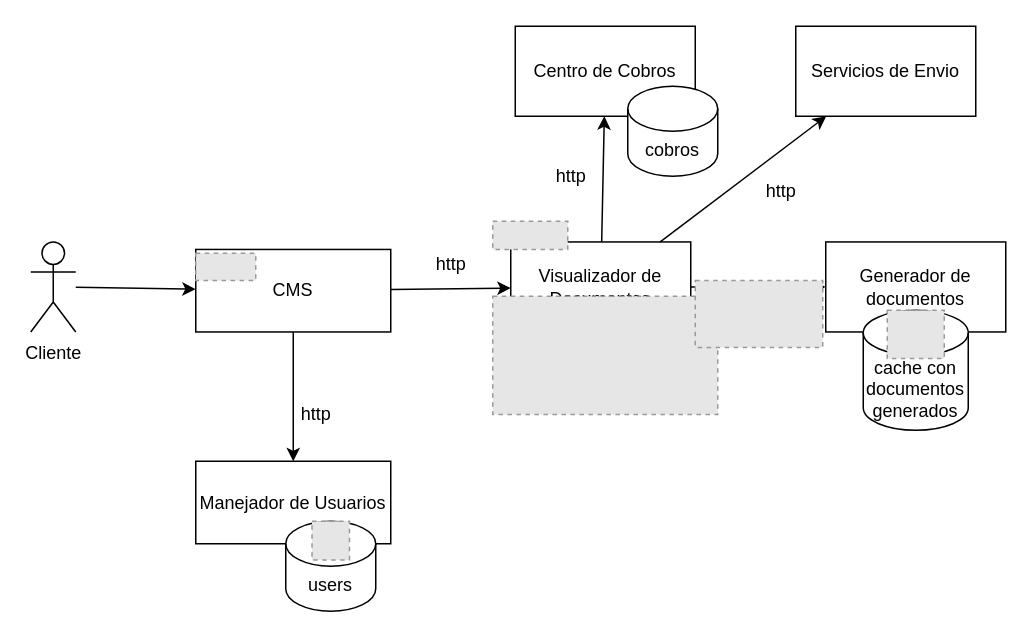
This is page "Tienda" (2 of 7) of version final.drawio from segurajhona/arqui-katas, a draw.io file, before an edit. Source tidied: cells renumbered, new cells numbered last; positions are measured from the earlier drawing's top-left corner, leaving out a move shared by most shapes. Both pictures are drawn from the tidied source at 150%, with x=0, y=0 at pixel (30, 26). Pictures stored in the file or linked from it are replaced by grey dashed boxes.
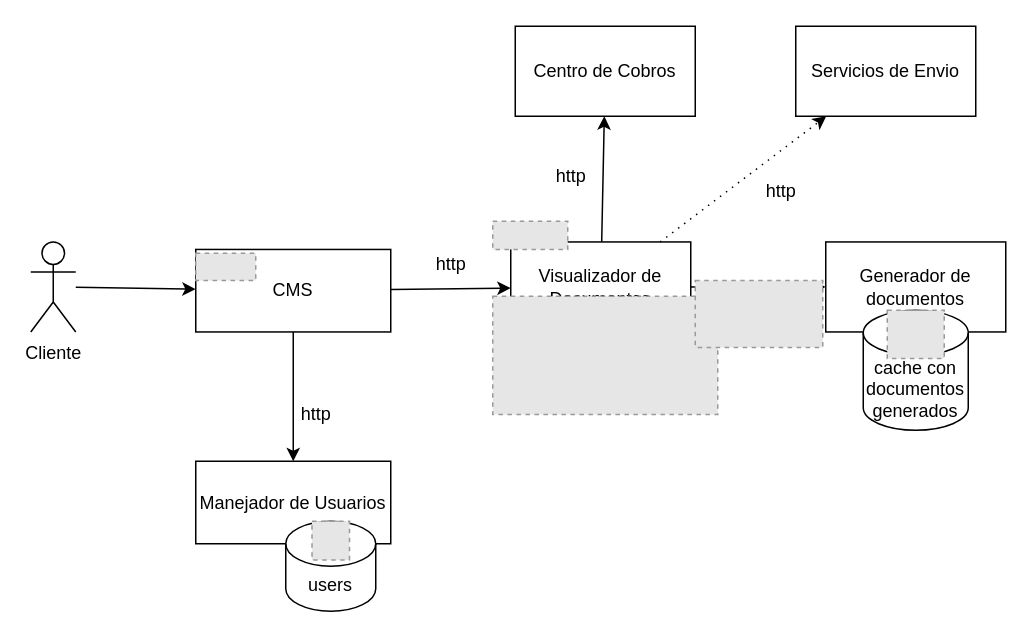
The same diagram, later.

The change refers to these unchanged cells:
```xml
<mxCell id="6" value="Visualizador de Documentos" style="rounded=0;whiteSpace=wrap;html=1;" parent="1" vertex="1">
  <mxGeometry x="320" y="143.8" width="120" height="60" as="geometry" />
</mxCell>
<mxCell id="17" value="Servicios de Envio" style="rounded=0;whiteSpace=wrap;html=1;" parent="1" vertex="1">
  <mxGeometry x="510" width="120" height="60" as="geometry" />
</mxCell>
```

The edit, as a diff of the source:
```diff
@@
-    <mxCell id="11" value="cobros" style="shape=cylinder3;whiteSpace=wrap;html=1;boundedLbl=1;backgroundOutline=1;size=15;" parent="1" vertex="1">
-      <mxGeometry x="398" y="40" width="60" height="60" as="geometry" />
-    </mxCell>
@@
-    <mxCell id="16" style="edgeStyle=none;html=1;" parent="1" edge="1" source="6" target="17">
+    <mxCell id="16" style="edgeStyle=none;html=1;dashed=1;dashPattern=1 4;" parent="1" edge="1" source="6" target="17">
       <mxGeometry relative="1" as="geometry" />
     </mxCell>
```
